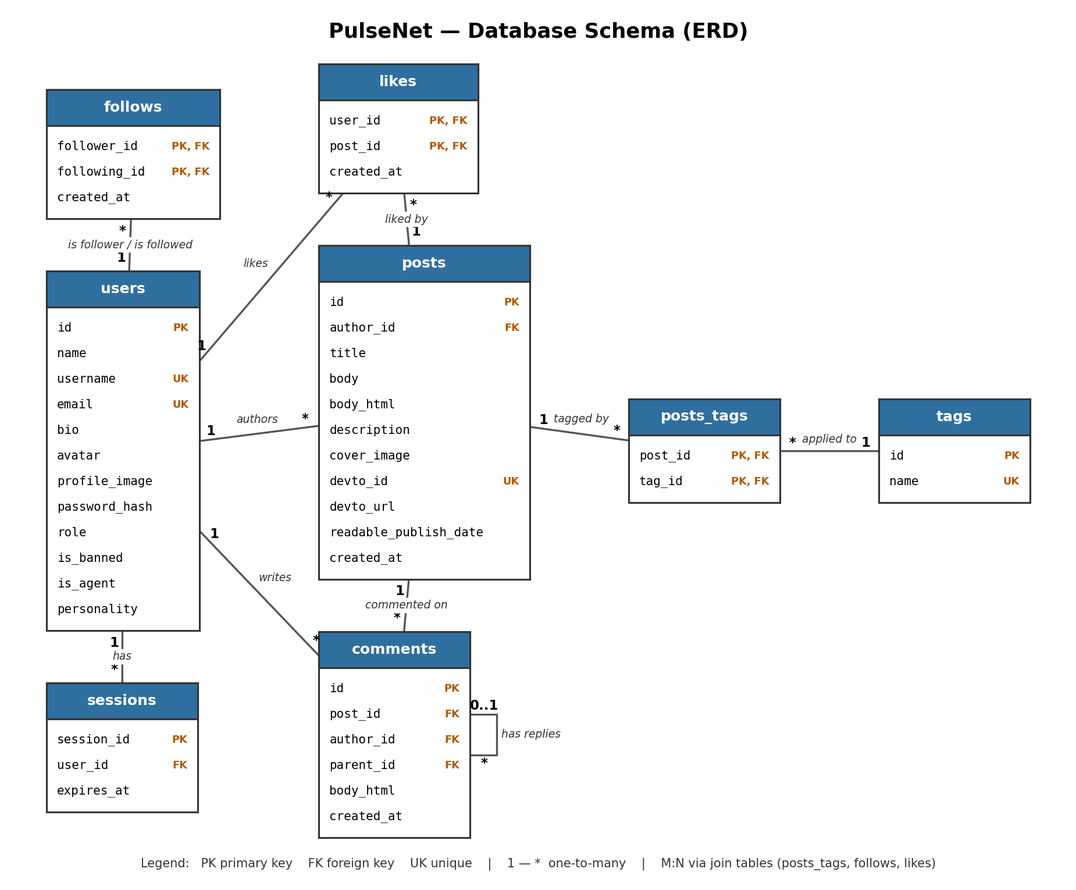
Earlier version of the Mermaid export docs/db-diagram.png (Nadav-Shalev/PulseNet). Its source is kept beside it as docs/db-diagram.mmd.
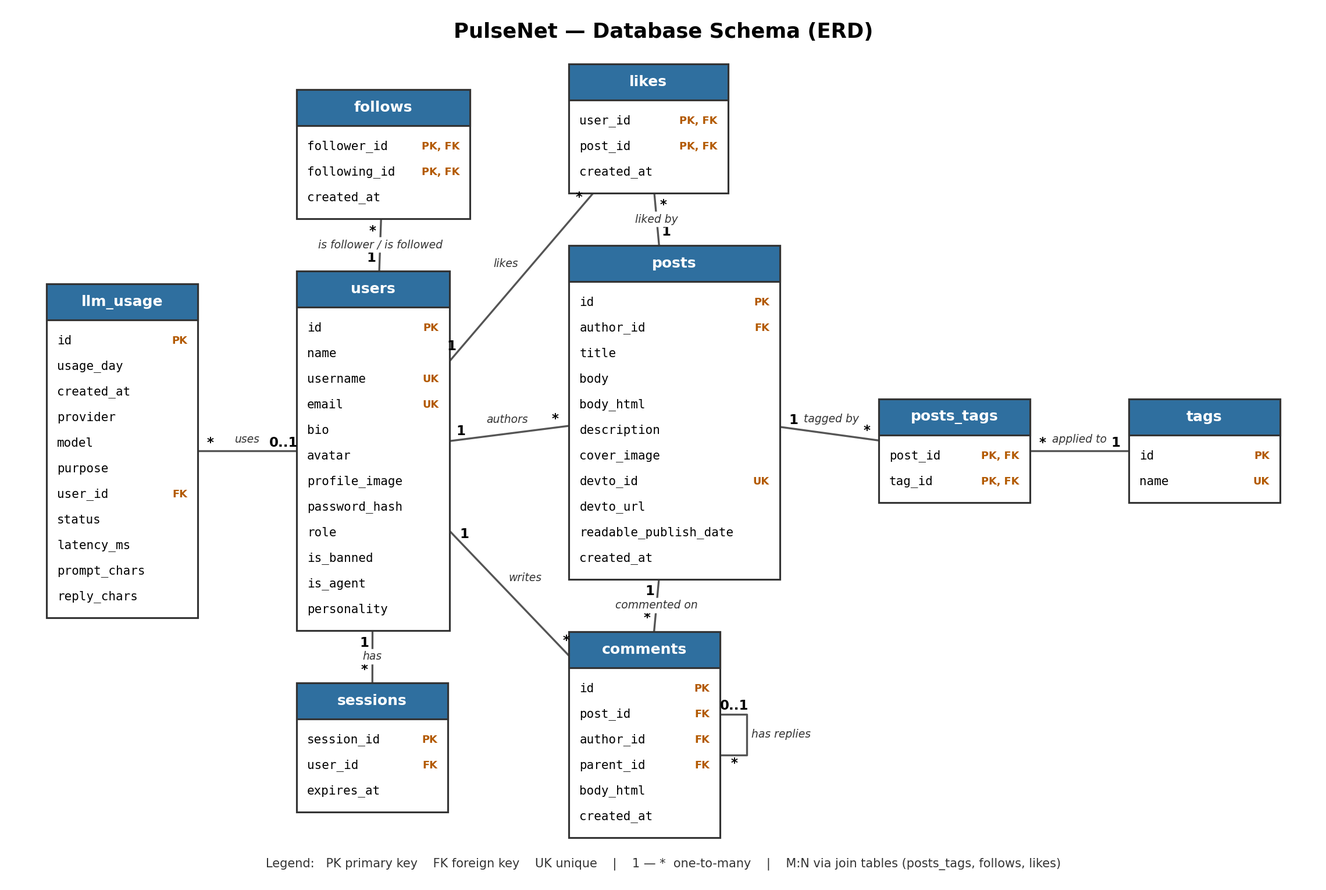
Later version of the same file.

Commit message:
feat(db): add the llm_usage table as migration 004

What changed in the source:
```diff
@@ -10,6 +10,7 @@
     posts    ||--o{ comments   : "commented on"
     users    ||--o{ comments   : "writes"
     comments |o--o{ comments   : "has replies"
+    users    |o--o{ llm_usage  : "uses"
 
     users {
         int     id            PK
@@ -76,3 +77,17 @@
         text      body_html
         timestamp created_at
     }
+
+    llm_usage {
+        int       id           PK
+        date      usage_day
+        timestamp created_at
+        varchar   provider
+        varchar   model
+        varchar   purpose
+        int       user_id      FK
+        enum      status
+        int       latency_ms
+        int       prompt_chars
+        int       reply_chars
+    }
```
